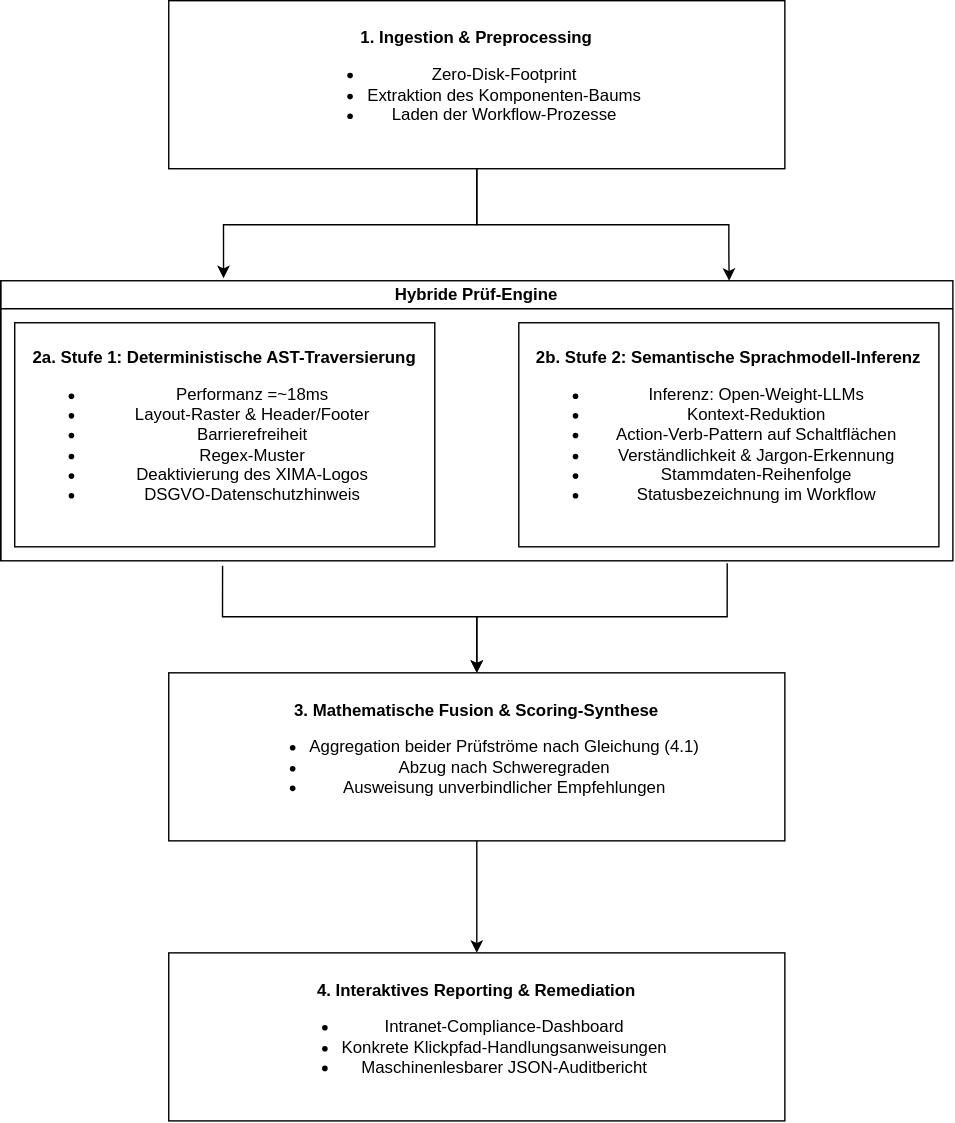
fotiosl/bachelor-thesis-hwg-formcycle keeps this draw.io diagram as thesis/figures/pipeline_architektur.svg. Above is the earlier version. Source tidied: cells renumbered, new cells last; positions are measured from the earlier drawing's top-left corner, leaving out a move shared by most shapes.
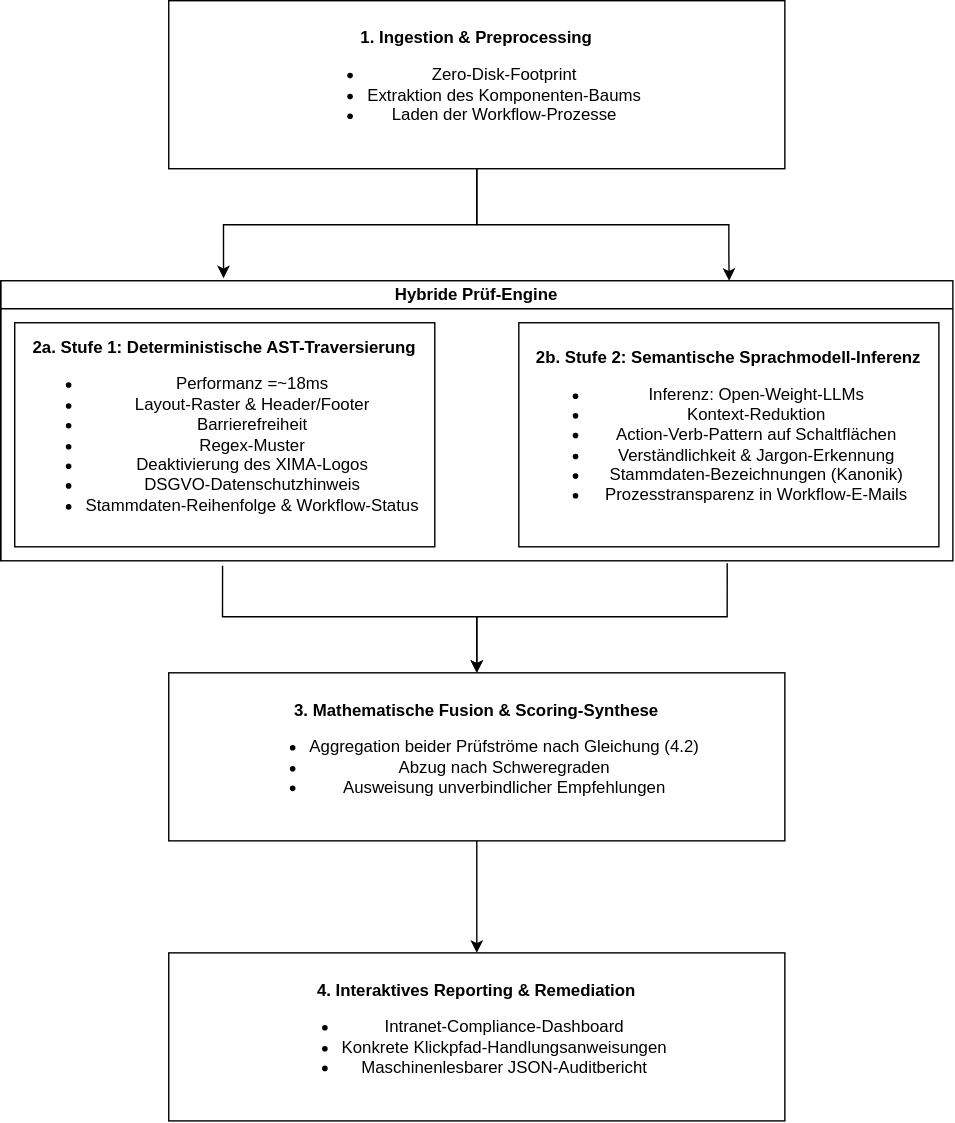
Later version of the same file.

Diff of the diagram source:
```diff
@@ -27,16 +27,16 @@
     <mxCell id="7" value="&lt;div&gt;&lt;br&gt;&lt;/div&gt;" style="shape=internalStorage;whiteSpace=wrap;html=1;backgroundOutline=1;dx=0;dy=20;" parent="1" vertex="1">
       <mxGeometry y="200" width="680" height="200" as="geometry" />
     </mxCell>
-    <mxCell id="8" value="&lt;div&gt;&lt;b&gt;2a. Stufe 1: Deterministische AST-Traversierung&lt;/b&gt;&lt;/div&gt;&lt;ul&gt;&lt;li&gt;Performanz =~18ms&lt;/li&gt;&lt;li&gt;Layout-Raster &amp;amp; Header/Footer&lt;/li&gt;&lt;li&gt;Barrierefreiheit&lt;/li&gt;&lt;li&gt;Regex-Muster&lt;/li&gt;&lt;li&gt;Deaktivierung des XIMA-Logos&lt;/li&gt;&lt;li&gt;DSGVO-Datenschutzhinweis&lt;/li&gt;&lt;/ul&gt;" style="rounded=0;whiteSpace=wrap;html=1;" parent="1" vertex="1">
+    <mxCell id="8" value="&lt;div&gt;&lt;b&gt;2a. Stufe 1: Deterministische AST-Traversierung&lt;/b&gt;&lt;/div&gt;&lt;ul&gt;&lt;li&gt;Performanz =~18ms&lt;/li&gt;&lt;li&gt;Layout-Raster &amp;amp; Header/Footer&lt;/li&gt;&lt;li&gt;Barrierefreiheit&lt;/li&gt;&lt;li&gt;Regex-Muster&lt;/li&gt;&lt;li&gt;Deaktivierung des XIMA-Logos&lt;/li&gt;&lt;li&gt;DSGVO-Datenschutzhinweis&lt;/li&gt;&lt;li&gt;Stammdaten-Reihenfolge &amp;amp; Workflow-Status&lt;/li&gt;&lt;/ul&gt;" style="rounded=0;whiteSpace=wrap;html=1;" parent="1" vertex="1">
       <mxGeometry x="10" y="230" width="300" height="160" as="geometry" />
     </mxCell>
-    <mxCell id="9" value="&lt;div&gt;&lt;b&gt;2b. Stufe 2: Semantische Sprachmodell-Inferenz&lt;/b&gt;&lt;/div&gt;&lt;ul&gt;&lt;li&gt;Inferenz: Open-Weight-LLMs&lt;/li&gt;&lt;li&gt;Kontext-Reduktion&lt;/li&gt;&lt;li&gt;Action-Verb-Pattern auf Schaltflächen&lt;/li&gt;&lt;li&gt;Verständlichkeit &amp;amp; Jargon-Erkennung&lt;/li&gt;&lt;li&gt;Stammdaten-Reihenfolge&lt;/li&gt;&lt;li&gt;Statusbezeichnung im Workflow&lt;/li&gt;&lt;/ul&gt;" style="rounded=0;whiteSpace=wrap;html=1;" parent="1" vertex="1">
+    <mxCell id="9" value="&lt;div&gt;&lt;b&gt;2b. Stufe 2: Semantische Sprachmodell-Inferenz&lt;/b&gt;&lt;/div&gt;&lt;ul&gt;&lt;li&gt;Inferenz: Open-Weight-LLMs&lt;/li&gt;&lt;li&gt;Kontext-Reduktion&lt;/li&gt;&lt;li&gt;Action-Verb-Pattern auf Schaltflächen&lt;/li&gt;&lt;li&gt;Verständlichkeit &amp;amp; Jargon-Erkennung&lt;/li&gt;&lt;li&gt;Stammdaten-Bezeichnungen (Kanonik)&lt;/li&gt;&lt;li&gt;Prozesstransparenz in Workflow-E-Mails&lt;/li&gt;&lt;/ul&gt;" style="rounded=0;whiteSpace=wrap;html=1;" parent="1" vertex="1">
       <mxGeometry x="370" y="230" width="300" height="160" as="geometry" />
     </mxCell>
     <mxCell id="10" style="edgeStyle=orthogonalEdgeStyle;rounded=0;jettySize=auto;html=1;defaultLabelBackgroundColor=page;" parent="1" edge="1" source="11" target="13">
       <mxGeometry relative="1" as="geometry" />
     </mxCell>
-    <mxCell id="11" value="&lt;b&gt;3. Mathematische Fusion &amp;amp; Scoring-Synthese&lt;/b&gt;&lt;div&gt;&lt;ul&gt;&lt;li&gt;Aggregation beider Prüfströme nach Gleichung (4.1)&lt;/li&gt;&lt;li&gt;Abzug nach Schweregraden&lt;/li&gt;&lt;li&gt;Ausweisung unverbindlicher Empfehlungen&lt;/li&gt;&lt;/ul&gt;&lt;/div&gt;" style="rounded=0;whiteSpace=wrap;html=1;" parent="1" vertex="1">
+    <mxCell id="11" value="&lt;b&gt;3. Mathematische Fusion &amp;amp; Scoring-Synthese&lt;/b&gt;&lt;div&gt;&lt;ul&gt;&lt;li&gt;Aggregation beider Prüfströme nach Gleichung (4.2)&lt;/li&gt;&lt;li&gt;Abzug nach Schweregraden&lt;/li&gt;&lt;li&gt;Ausweisung unverbindlicher Empfehlungen&lt;/li&gt;&lt;/ul&gt;&lt;/div&gt;" style="rounded=0;whiteSpace=wrap;html=1;" parent="1" vertex="1">
       <mxGeometry x="120" y="480" width="440" height="120" as="geometry" />
     </mxCell>
     <mxCell id="12" value="&lt;b&gt;Hybride Prüf-Engine&lt;/b&gt;" style="text;html=1;whiteSpace=wrap;strokeColor=none;fillColor=none;align=center;verticalAlign=middle;rounded=0;" parent="1" vertex="1">
```
